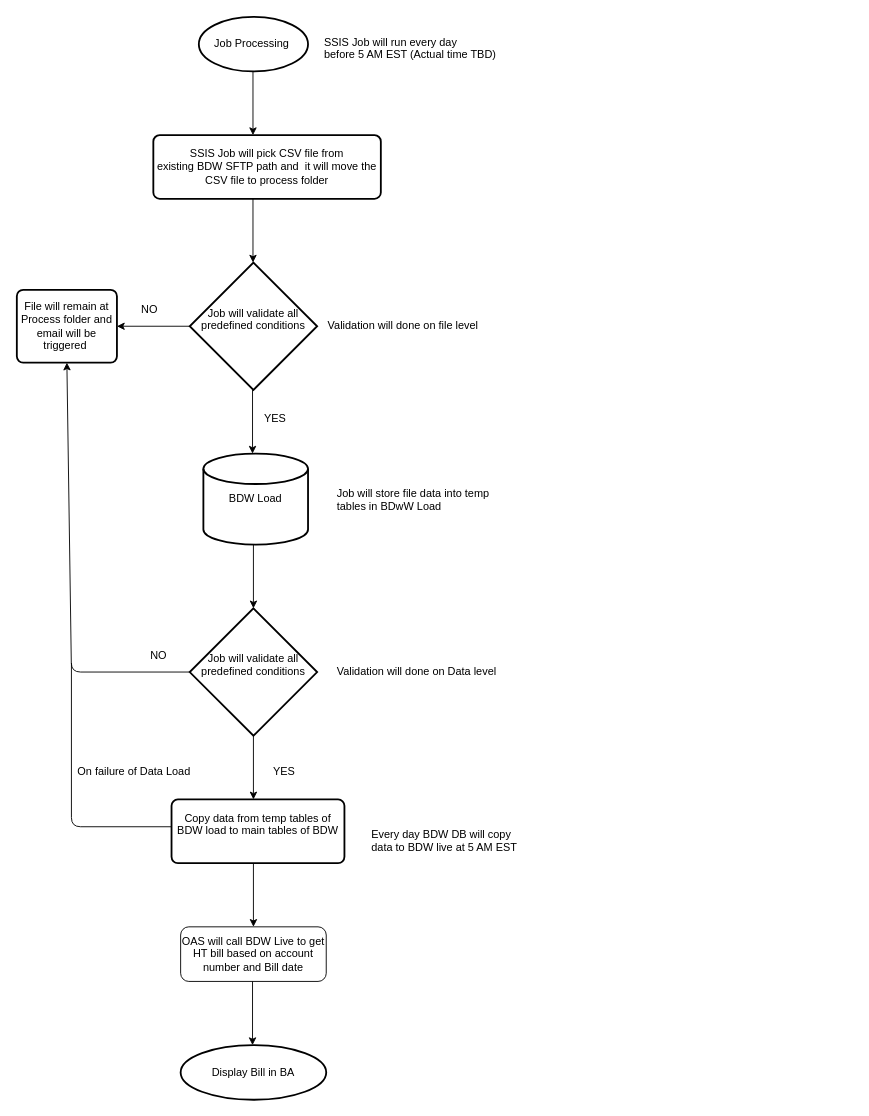
The draw.io diagram Untitled Diagram.drawio in DeepakSagare/Angular2, before the edit. Source tidied: cells renumbered, new cells numbered last; positions are measured from the earlier drawing's top-left corner, leaving out a move shared by most shapes. Both pictures are drawn from the tidied source at 91%, with x=0, y=0 at pixel (16, 16).
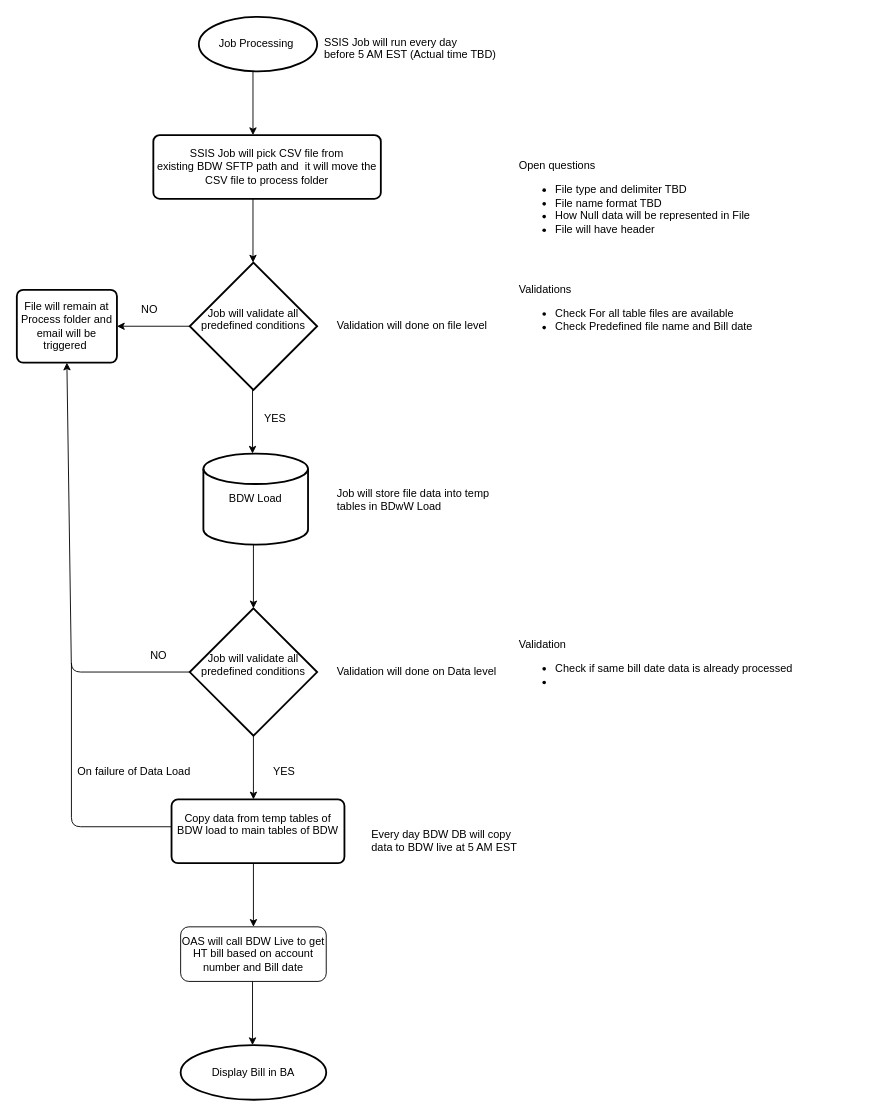
The same page after the edit.

What changed in the source:
```diff
@@
     <mxCell id="2" value="Job Processing&amp;nbsp;" style="strokeWidth=2;html=1;shape=mxgraph.flowchart.start_1;whiteSpace=wrap;" parent="1" vertex="1">
-      <mxGeometry x="200" width="120" height="60" as="geometry" />
+      <mxGeometry x="200" width="130" height="60" as="geometry" />
     </mxCell>
@@
     <mxCell id="11" value="Validation will done on file level" style="text;html=1;align=left;verticalAlign=top;spacingTop=-4;" parent="1" vertex="1">
-      <mxGeometry x="340" y="330" width="180" height="20" as="geometry" />
+      <mxGeometry x="350" y="330" width="180" height="20" as="geometry" />
     </mxCell>
@@
+    <mxCell id="31" value="&lt;span&gt;Validations&lt;/span&gt;&lt;br&gt;&lt;ul&gt;&lt;li&gt;Check For all table files are available&amp;nbsp;&lt;/li&gt;&lt;li&gt;Check Predefined file name and Bill date&lt;/li&gt;&lt;/ul&gt;" style="text;html=1;align=left;verticalAlign=top;spacingTop=-4;" parent="1" vertex="1">
+      <mxGeometry x="550" y="290" width="270" height="70" as="geometry" />
+    </mxCell>
+    <mxCell id="32" value="&lt;span&gt;Open questions&amp;nbsp;&lt;/span&gt;&lt;br&gt;&lt;ul&gt;&lt;li&gt;File type and delimiter TBD&lt;/li&gt;&lt;li&gt;File name format TBD&lt;/li&gt;&lt;li&gt;How Null data will be represented in File&lt;/li&gt;&lt;li&gt;File will have header&lt;/li&gt;&lt;/ul&gt;" style="text;html=1;" parent="1" vertex="1">
+      <mxGeometry x="550" y="150" width="370" height="30" as="geometry" />
+    </mxCell>
+    <mxCell id="33" value="&lt;span&gt;Validation&lt;/span&gt;&lt;br&gt;&lt;ul&gt;&lt;li&gt;Check if same bill date data is already processed&lt;/li&gt;&lt;li&gt;&lt;br&gt;&lt;/li&gt;&lt;/ul&gt;&lt;br&gt;&lt;br&gt;" style="text;html=1;align=left;verticalAlign=top;spacingTop=-4;" parent="1" vertex="1">
+      <mxGeometry x="550" y="679.5" width="320" height="100" as="geometry" />
+    </mxCell>
```
